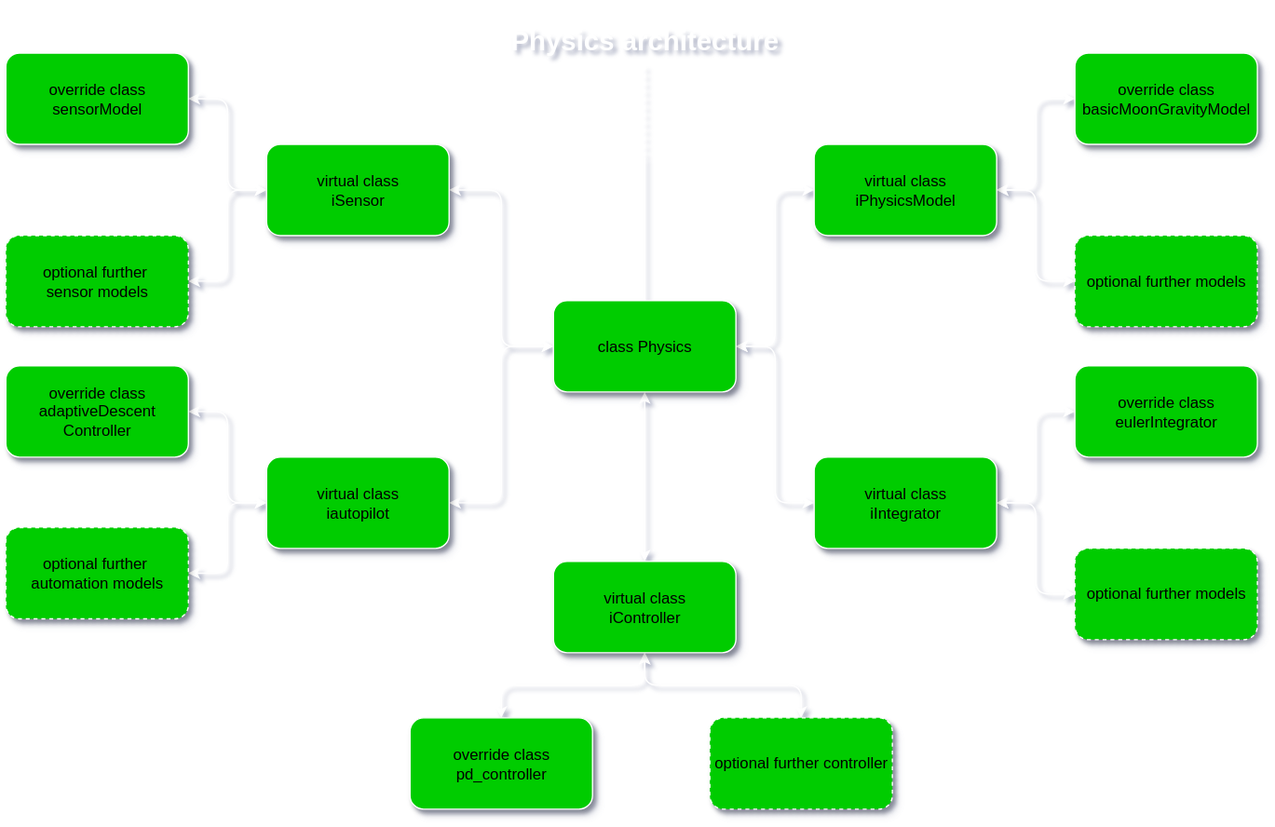
Above: static/img/architecture/physics_architecture.drawio.svg in gerd-lrt-dev/aerospace-simulation (draw.io), before the change. Source tidied: cells renumbered, new cells last; positions are measured from the earlier drawing's top-left corner, leaving out a move shared by most shapes.
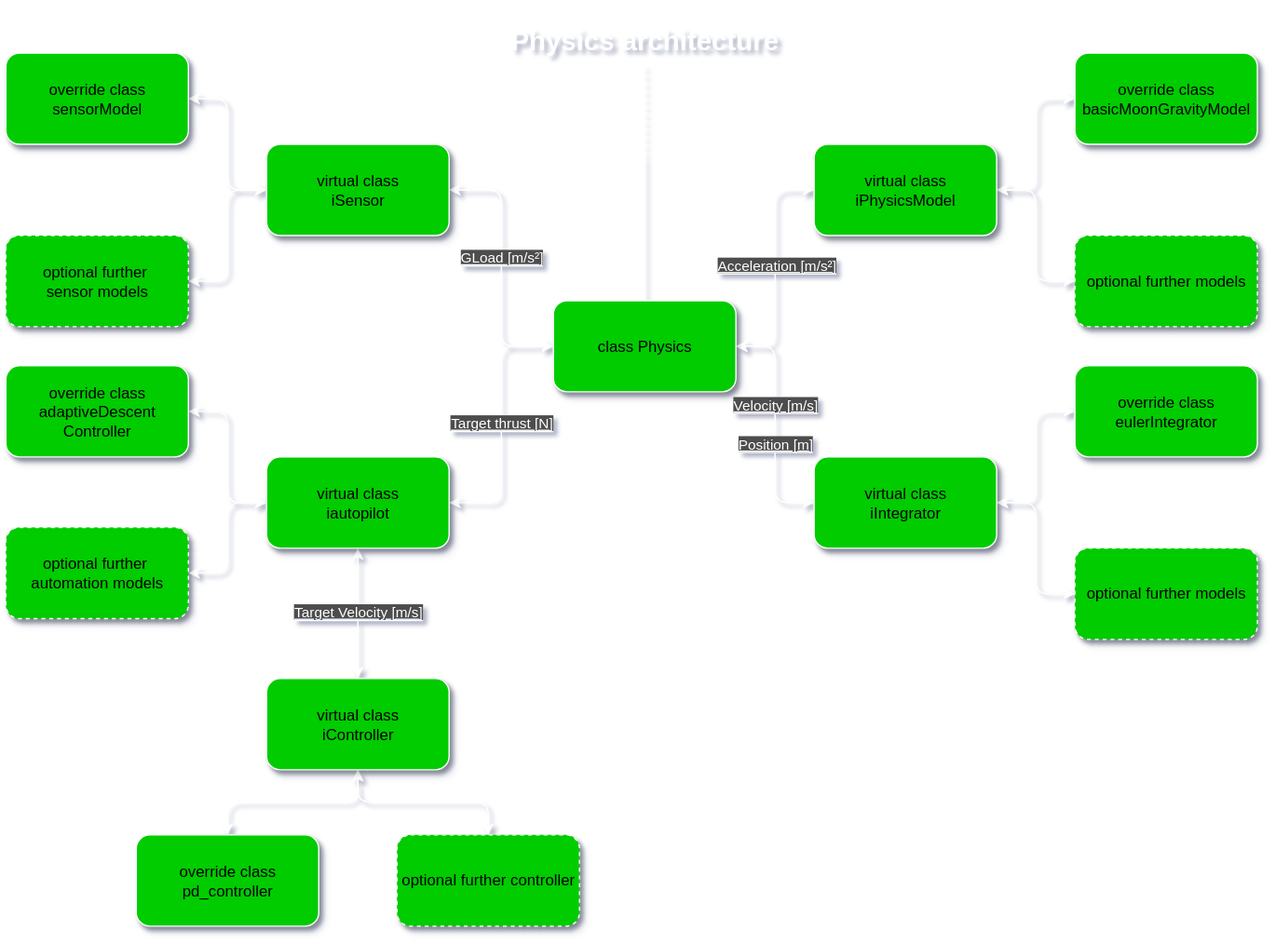
The same diagram one commit later.

What changed in the source:
```diff
@@ -5,18 +5,29 @@
     <mxCell id="2" style="edgeStyle=orthogonalEdgeStyle;rounded=1;jettySize=auto;html=1;exitX=0;exitY=0.5;exitDx=0;exitDy=0;entryX=1;entryY=0.5;entryDx=0;entryDy=0;strokeColor=#FFFFFF;curved=0;startArrow=classic;startFill=1;" parent="1" edge="1" source="7" target="27">
       <mxGeometry relative="1" as="geometry" />
     </mxCell>
+    <mxCell id="36" value="&lt;font style=&quot;color: rgb(255, 255, 255); background-color: rgb(77, 77, 77);&quot;&gt;&lt;u&gt;GLoad [m/s²]&lt;/u&gt;&lt;/font&gt;" style="edgeLabel;html=1;align=center;verticalAlign=middle;" parent="2" vertex="1">
+      <mxGeometry x="0.08" relative="1" as="geometry" />
+    </mxCell>
     <mxCell id="3" style="edgeStyle=orthogonalEdgeStyle;rounded=1;jettySize=auto;html=1;exitX=1;exitY=0.5;exitDx=0;exitDy=0;entryX=0;entryY=0.5;entryDx=0;entryDy=0;strokeColor=#FFFFFF;curved=0;startArrow=classic;startFill=1;" parent="1" edge="1" source="7" target="12">
       <mxGeometry relative="1" as="geometry" />
     </mxCell>
+    <mxCell id="37" value="&lt;font style=&quot;color: rgb(255, 255, 255); background-color: rgb(77, 77, 77);&quot;&gt;&lt;u&gt;Acceleration [m/s²]&lt;/u&gt;&lt;/font&gt;" style="edgeLabel;html=1;align=center;verticalAlign=middle;" parent="3" vertex="1">
+      <mxGeometry x="0.03" y="-1" relative="1" as="geometry" />
+    </mxCell>
     <mxCell id="4" style="edgeStyle=orthogonalEdgeStyle;rounded=1;jettySize=auto;html=1;exitX=1;exitY=0.5;exitDx=0;exitDy=0;entryX=0;entryY=0.5;entryDx=0;entryDy=0;curved=0;strokeColor=#FFFFFF;startArrow=classic;startFill=1;" parent="1" edge="1" source="7" target="16">
       <mxGeometry relative="1" as="geometry" />
     </mxCell>
+    <mxCell id="38" value="&lt;font style=&quot;color: rgb(255, 255, 255); background-color: rgb(77, 77, 77);&quot;&gt;&lt;u&gt;Velocity [m/s]&lt;/u&gt;&lt;/font&gt;" style="edgeLabel;html=1;align=center;verticalAlign=middle;" parent="4" vertex="1">
+      <mxGeometry x="0.01" relative="1" as="geometry">
+        <mxPoint y="-16" as="offset" />
+      </mxGeometry>
+    </mxCell>
     <mxCell id="5" style="edgeStyle=orthogonalEdgeStyle;rounded=1;jettySize=auto;html=1;exitX=0;exitY=0.5;exitDx=0;exitDy=0;entryX=1;entryY=0.5;entryDx=0;entryDy=0;curved=0;strokeColor=#FFFFFF;startArrow=classic;startFill=1;" parent="1" edge="1" source="7" target="32">
       <mxGeometry relative="1" as="geometry" />
     </mxCell>
-    <mxCell id="6" style="edgeStyle=orthogonalEdgeStyle;rounded=0;jettySize=auto;html=1;exitX=0.5;exitY=1;exitDx=0;exitDy=0;entryX=0.5;entryY=0;entryDx=0;entryDy=0;strokeColor=#FFFFFF;startArrow=classic;startFill=1;" parent="1" edge="1" source="7" target="22">
-      <mxGeometry relative="1" as="geometry" />
-    </mxCell>
+    <mxCell id="39" value="&lt;font style=&quot;color: rgb(255, 255, 255); background-color: rgb(77, 77, 77);&quot;&gt;&lt;u&gt;Target thrust [N]&lt;/u&gt;&lt;/font&gt;" style="edgeLabel;html=1;align=center;verticalAlign=middle;" parent="5" vertex="1">
+      <mxGeometry x="-0.01" relative="1" as="geometry" />
+    </mxCell>
     <mxCell id="7" value="class Physics" style="rounded=1;whiteSpace=wrap;html=1;strokeColor=#FFFFFF;fillColor=#00CC00;shadow=1;" parent="1" vertex="1">
       <mxGeometry x="420" y="230" width="140" height="70" as="geometry" />
     </mxCell>
@@ -68,13 +79,13 @@
       <mxGeometry relative="1" as="geometry" />
     </mxCell>
     <mxCell id="22" value="virtual class&lt;div&gt;iController&lt;/div&gt;" style="rounded=1;whiteSpace=wrap;html=1;strokeColor=#FFFFFF;fillColor=#00CC00;shadow=1;" parent="1" vertex="1">
-      <mxGeometry x="420" y="430" width="140" height="70" as="geometry" />
+      <mxGeometry x="200" y="520" width="140" height="70" as="geometry" />
     </mxCell>
     <mxCell id="23" value="override class&lt;div&gt;pd_controller&lt;/div&gt;" style="rounded=1;whiteSpace=wrap;html=1;strokeColor=#FFFFFF;fillColor=#00CC00;shadow=1;" parent="1" vertex="1">
-      <mxGeometry x="310" y="550" width="140" height="70" as="geometry" />
+      <mxGeometry x="100" y="640" width="140" height="70" as="geometry" />
     </mxCell>
     <mxCell id="24" value="optional further controller" style="rounded=1;whiteSpace=wrap;html=1;strokeColor=#FFFFFF;fillColor=#00CC00;shadow=1;dashed=1;" parent="1" vertex="1">
-      <mxGeometry x="540" y="550" width="140" height="70" as="geometry" />
+      <mxGeometry x="300" y="640" width="140" height="70" as="geometry" />
     </mxCell>
     <mxCell id="25" style="edgeStyle=orthogonalEdgeStyle;rounded=1;jettySize=auto;html=1;exitX=0;exitY=0.5;exitDx=0;exitDy=0;entryX=1;entryY=0.5;entryDx=0;entryDy=0;strokeColor=#FFFFFF;curved=0;startArrow=classic;startFill=1;" parent="1" edge="1" source="27" target="29">
       <mxGeometry relative="1" as="geometry" />
@@ -97,6 +108,12 @@
     <mxCell id="31" style="edgeStyle=orthogonalEdgeStyle;rounded=1;jettySize=auto;html=1;exitX=0;exitY=0.5;exitDx=0;exitDy=0;entryX=1;entryY=0.5;entryDx=0;entryDy=0;strokeColor=#FFFFFF;curved=0;startArrow=classic;startFill=1;" parent="1" edge="1" source="32" target="33">
       <mxGeometry relative="1" as="geometry" />
     </mxCell>
+    <mxCell id="40" style="edgeStyle=orthogonalEdgeStyle;rounded=1;jettySize=auto;html=1;exitX=0.5;exitY=1;exitDx=0;exitDy=0;entryX=0.5;entryY=0;entryDx=0;entryDy=0;strokeColor=#FFFFFF;startArrow=classic;startFill=1;curved=0;" parent="1" edge="1" source="32" target="22">
+      <mxGeometry relative="1" as="geometry" />
+    </mxCell>
+    <mxCell id="41" value="&lt;font style=&quot;color: rgb(255, 255, 255); background-color: rgb(77, 77, 77);&quot;&gt;&lt;u&gt;Target Velocity [m/s]&lt;/u&gt;&lt;/font&gt;" style="edgeLabel;html=1;align=center;verticalAlign=middle;" parent="40" vertex="1">
+      <mxGeometry x="-0.01" relative="1" as="geometry" />
+    </mxCell>
     <mxCell id="32" value="virtual class&lt;div&gt;iautopilot&lt;/div&gt;" style="rounded=1;whiteSpace=wrap;html=1;strokeColor=#FFFFFF;fillColor=#00CC00;shadow=1;" parent="1" vertex="1">
       <mxGeometry x="200" y="350" width="140" height="70" as="geometry" />
     </mxCell>
@@ -109,5 +126,8 @@
     <mxCell id="35" value="&lt;font style=&quot;color: rgb(255, 255, 255); font-size: 21px;&quot;&gt;&lt;b&gt;Physics architecture&lt;/b&gt;&lt;/font&gt;" style="text;html=1;align=center;verticalAlign=middle;whiteSpace=wrap;rounded=0;" parent="1" vertex="1">
       <mxGeometry x="360" width="260" height="60" as="geometry" />
     </mxCell>
+    <mxCell id="42" value="&lt;font style=&quot;color: rgb(255, 255, 255); background-color: rgb(77, 77, 77);&quot;&gt;&lt;u&gt;Position [m]&lt;/u&gt;&lt;/font&gt;" style="edgeLabel;html=1;align=center;verticalAlign=middle;" parent="1" vertex="1">
+      <mxGeometry x="590" y="340" as="geometry" />
+    </mxCell>
   </root>
 </mxGraphModel>
```
